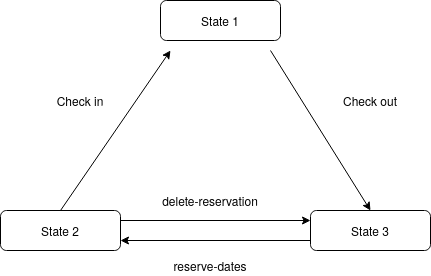
Above: images/client_state.png in mwkyuen/hotel (draw.io), before the change. Source tidied: cells renumbered, new cells last; positions are measured from the earlier drawing's top-left corner, leaving out a move shared by most shapes.
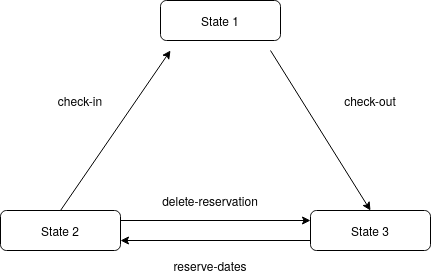
Later version of the same file.

What changed in the source:
```diff
@@ -37,10 +37,10 @@
     <mxCell id="10" value="delete-reservation" style="text;html=1;strokeColor=none;fillColor=none;align=center;verticalAlign=middle;whiteSpace=wrap;rounded=0;" parent="1" vertex="1">
       <mxGeometry x="160" y="190" width="100" height="20" as="geometry" />
     </mxCell>
-    <mxCell id="11" value="Check in" style="text;html=1;strokeColor=none;fillColor=none;align=center;verticalAlign=middle;whiteSpace=wrap;rounded=0;" parent="1" vertex="1">
+    <mxCell id="11" value="check-in" style="text;html=1;strokeColor=none;fillColor=none;align=center;verticalAlign=middle;whiteSpace=wrap;rounded=0;" parent="1" vertex="1">
       <mxGeometry x="50" y="90" width="60" height="20" as="geometry" />
     </mxCell>
-    <mxCell id="12" value="Check out" style="text;html=1;strokeColor=none;fillColor=none;align=center;verticalAlign=middle;whiteSpace=wrap;rounded=0;" parent="1" vertex="1">
+    <mxCell id="12" value="check-out" style="text;html=1;strokeColor=none;fillColor=none;align=center;verticalAlign=middle;whiteSpace=wrap;rounded=0;" parent="1" vertex="1">
       <mxGeometry x="340" y="90" width="60" height="20" as="geometry" />
     </mxCell>
   </root>
```
